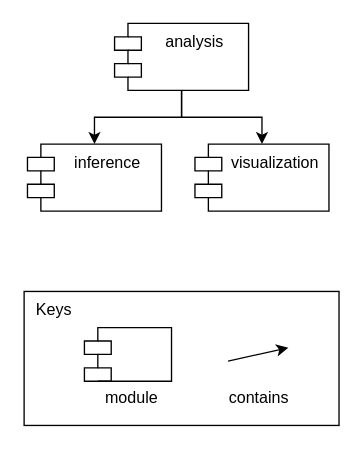
This is wiki/draw.io/phylodb/decomposition-analysis.drawio from phyloviz/phyloDB, a draw.io file, before an edit. Source tidied: cells renumbered, new cells numbered last; positions are measured from the earlier drawing's top-left corner, leaving out a move shared by most shapes. Both pictures are drawn from the tidied source at 134%, with x=0, y=0 at pixel (23, 23).
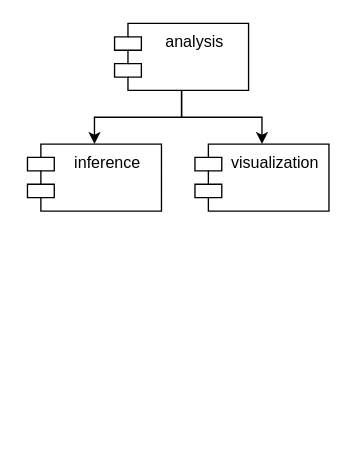
The same page after the edit.

Change to the diagram source:
```diff
@@
 <mxGraphModel>
   <root>
     <mxCell id="0" />
     <mxCell id="1" parent="0" />
     <mxCell id="2" value="inference" style="shape=module;align=left;spacingLeft=20;align=center;verticalAlign=top;" parent="1" vertex="1">
       <mxGeometry x="3" y="90" width="100" height="50" as="geometry" />
     </mxCell>
     <mxCell id="3" value="visualization" style="shape=module;align=left;spacingLeft=20;align=center;verticalAlign=top;" parent="1" vertex="1">
       <mxGeometry x="128" y="90" width="100" height="50" as="geometry" />
     </mxCell>
     <mxCell id="4" style="edgeStyle=orthogonalEdgeStyle;rounded=0;jettySize=auto;html=1;exitX=0.5;exitY=1;exitDx=0;exitDy=0;entryX=0.5;entryY=0;entryDx=0;entryDy=0;" parent="1" edge="1" source="6" target="2">
       <mxGeometry relative="1" as="geometry" />
     </mxCell>
     <mxCell id="5" style="edgeStyle=orthogonalEdgeStyle;rounded=0;jettySize=auto;html=1;exitX=0.5;exitY=1;exitDx=0;exitDy=0;entryX=0.5;entryY=0;entryDx=0;entryDy=0;" parent="1" edge="1" source="6" target="3">
       <mxGeometry relative="1" as="geometry" />
     </mxCell>
     <mxCell id="6" value="analysis" style="shape=module;align=left;spacingLeft=20;align=center;verticalAlign=top;" parent="1" vertex="1">
       <mxGeometry x="68" width="100" height="50" as="geometry" />
     </mxCell>
-    <mxCell id="7" style="group;" parent="1" vertex="1">
-      <mxGeometry x="0.5" y="200" width="235" height="100" as="geometry" />
-    </mxCell>
-    <mxCell id="8" value="&amp;nbsp; Keys" style="rounded=0;whiteSpace=wrap;html=1;align=left;verticalAlign=top;" parent="7" vertex="1">
-      <mxGeometry width="235" height="100" as="geometry" />
-    </mxCell>
-    <mxCell id="9" style="endArrow=classic;html=1;exitX=1;exitY=0.5;exitDx=0;exitDy=0;startArrow=none;startFill=0;endFill=1;" parent="7" edge="1">
-      <mxGeometry relative="1" as="geometry">
-        <mxPoint x="152.2" y="52" as="sourcePoint" />
-        <mxPoint x="197.2" y="42" as="targetPoint" />
-      </mxGeometry>
-    </mxCell>
-    <mxCell id="10" value="contains" style="text;html=1;strokeColor=none;fillColor=none;align=center;verticalAlign=middle;whiteSpace=wrap;rounded=0;" parent="7" vertex="1">
-      <mxGeometry x="145" y="70" width="59.5" height="20" as="geometry" />
-    </mxCell>
-    <mxCell id="11" style="shape=module;align=left;spacingLeft=20;align=center;verticalAlign=top;" parent="7" vertex="1">
-      <mxGeometry x="45" y="27" width="65" height="40" as="geometry" />
-    </mxCell>
-    <mxCell id="12" value="module" style="text;html=1;strokeColor=none;fillColor=none;align=center;verticalAlign=middle;whiteSpace=wrap;rounded=0;" parent="7" vertex="1">
-      <mxGeometry x="50.5" y="70" width="59.5" height="20" as="geometry" />
-    </mxCell>
   </root>
 </mxGraphModel>
```
